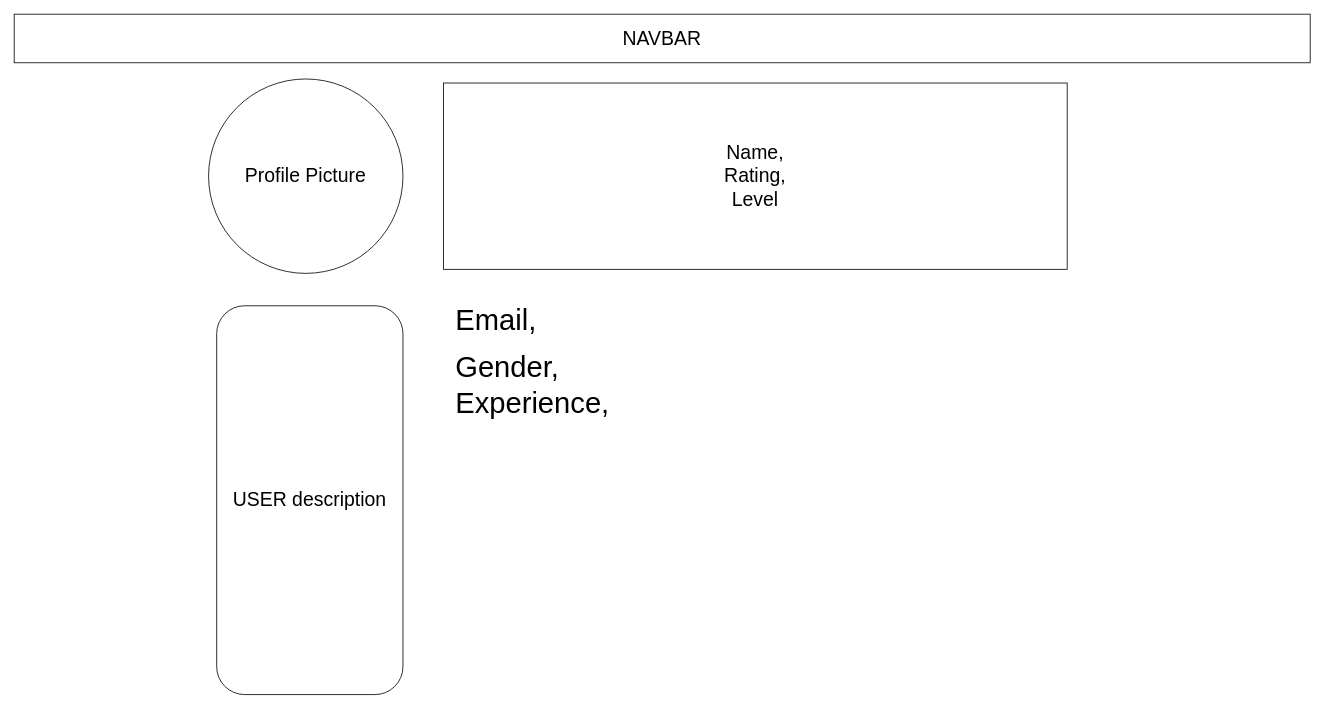
Above: wireframe/UserProfilePage.drawio in timven2004/letsHike (draw.io), before the change. Source tidied: cells renumbered, new cells numbered last; positions are measured from the earlier drawing's top-left corner, leaving out a move shared by most shapes. Both pictures are drawn from the tidied source at 81%, with x=0, y=0 at pixel (14, 14).
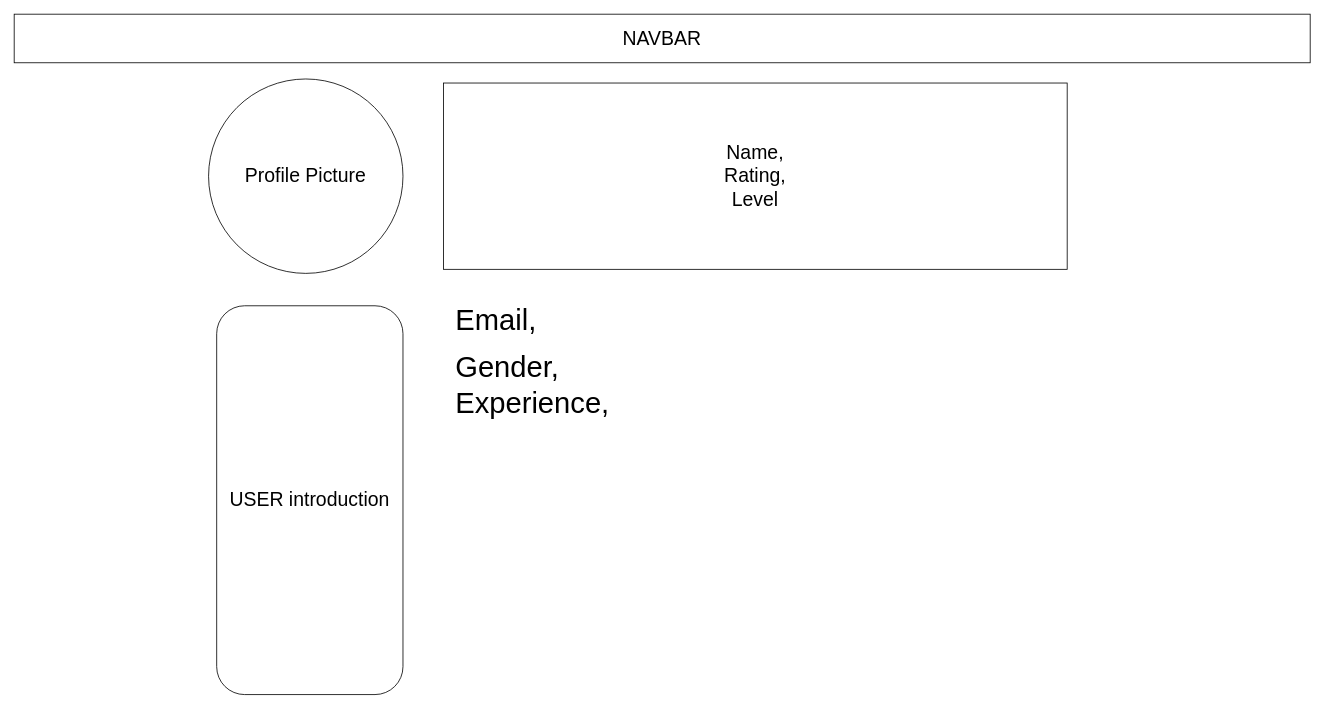
The same diagram, later.

Change to the diagram source:
```diff
@@
 <mxGraphModel>
   <root>
     <mxCell id="0" />
     <mxCell id="1" parent="0" />
     <mxCell id="2" value="&lt;font style=&quot;font-size: 24px&quot;&gt;Profile Picture&lt;/font&gt;" style="ellipse;whiteSpace=wrap;html=1;" parent="1" vertex="1">
       <mxGeometry x="240" y="80" width="240" height="240" as="geometry" />
     </mxCell>
     <mxCell id="3" value="&lt;span style=&quot;font-size: 24px&quot;&gt;Name,&lt;br&gt;Rating,&lt;br&gt;Level&lt;br&gt;&lt;/span&gt;" style="rounded=0;whiteSpace=wrap;html=1;" parent="1" vertex="1">
       <mxGeometry x="530" y="85" width="770" height="230" as="geometry" />
     </mxCell>
     <mxCell id="4" value="&lt;font style=&quot;font-size: 24px&quot;&gt;NAVBAR&lt;/font&gt;" style="rounded=0;whiteSpace=wrap;html=1;" parent="1" vertex="1">
       <mxGeometry width="1600" height="60" as="geometry" />
     </mxCell>
-    <mxCell id="5" value="&lt;font style=&quot;font-size: 24px&quot;&gt;USER description&lt;/font&gt;" style="rounded=1;whiteSpace=wrap;html=1;" parent="1" vertex="1">
+    <mxCell id="5" value="&lt;font style=&quot;font-size: 24px&quot;&gt;USER introduction&lt;/font&gt;" style="rounded=1;whiteSpace=wrap;html=1;" parent="1" vertex="1">
       <mxGeometry x="250" y="360" width="230" height="480" as="geometry" />
     </mxCell>
     <mxCell id="6" value="&lt;h1&gt;&lt;span style=&quot;font-size: 36px ; font-weight: normal&quot;&gt;Email,&lt;/span&gt;&lt;br&gt;&lt;/h1&gt;&lt;div&gt;&lt;span style=&quot;font-size: 36px&quot;&gt;Gender,&lt;/span&gt;&lt;/div&gt;&lt;div&gt;&lt;span style=&quot;font-size: 36px&quot;&gt;Experience,&lt;/span&gt;&lt;/div&gt;&lt;div&gt;&lt;br&gt;&lt;/div&gt;&lt;div&gt;&lt;span style=&quot;font-size: 36px&quot;&gt;&lt;br&gt;&lt;/span&gt;&lt;/div&gt;" style="text;html=1;strokeColor=none;fillColor=none;spacing=5;spacingTop=-20;whiteSpace=wrap;overflow=hidden;rounded=0;" parent="1" vertex="1">
       <mxGeometry x="540" y="350" width="810" height="450" as="geometry" />
     </mxCell>
   </root>
 </mxGraphModel>
```
